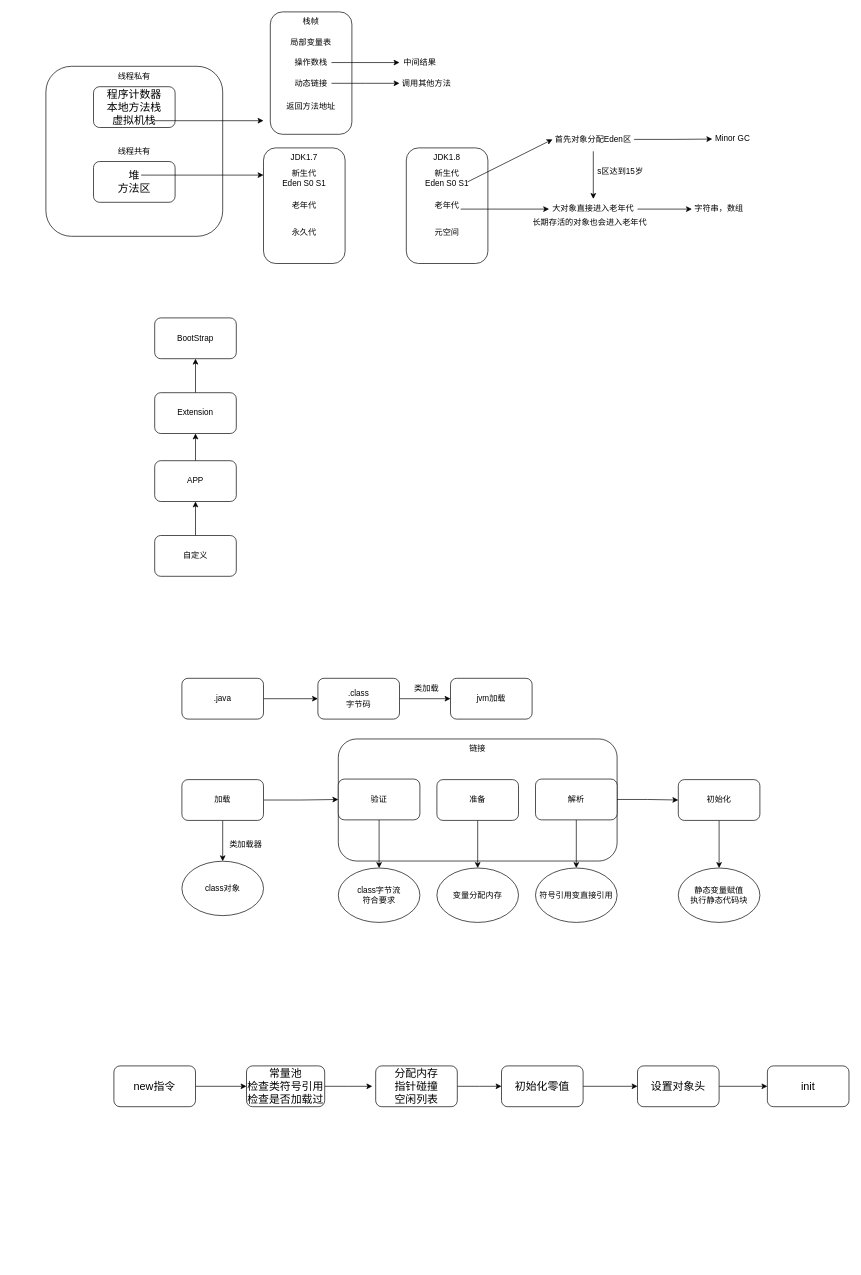
Before: JVM.drawio in 1155200424/diagrams, a draw.io diagram. Source tidied: cells renumbered, new cells numbered last; positions are measured from the earlier drawing's top-left corner, leaving out a move shared by most shapes. Both pictures are drawn from the tidied source at 68%, with x=0, y=0 at pixel (46, 12).
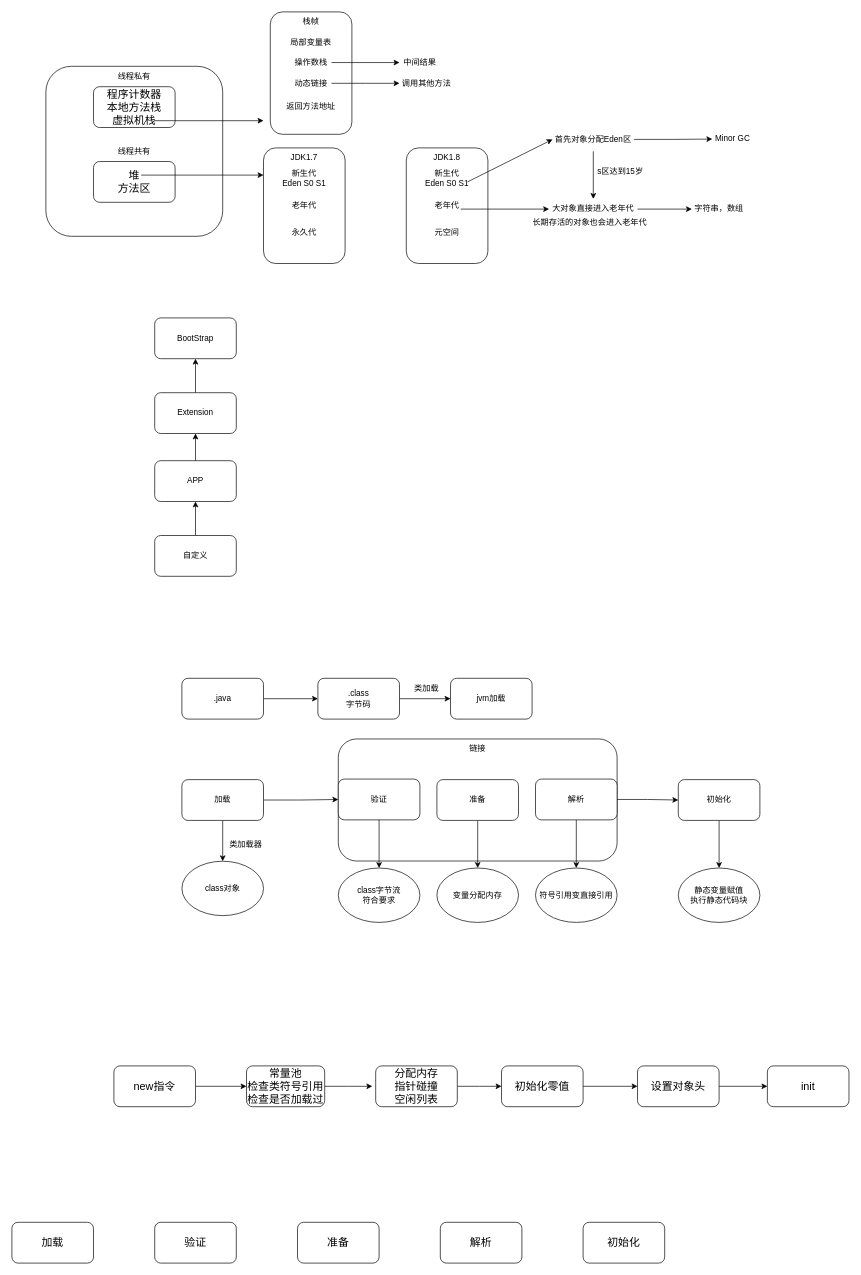
After the change.

Diff of the diagram source:
```diff
@@
+    <mxCell id="84" value="加载" style="rounded=1;whiteSpace=wrap;html=1;fontSize=16;" parent="1" vertex="1">
+      <mxGeometry x="-50" y="1780" width="120" height="60" as="geometry" />
+    </mxCell>
+    <mxCell id="85" value="验证" style="rounded=1;whiteSpace=wrap;html=1;fontSize=16;" parent="1" vertex="1">
+      <mxGeometry x="160" y="1780" width="120" height="60" as="geometry" />
+    </mxCell>
+    <mxCell id="86" value="准备" style="rounded=1;whiteSpace=wrap;html=1;fontSize=16;" parent="1" vertex="1">
+      <mxGeometry x="370" y="1780" width="120" height="60" as="geometry" />
+    </mxCell>
+    <mxCell id="87" value="解析" style="rounded=1;whiteSpace=wrap;html=1;fontSize=16;" parent="1" vertex="1">
+      <mxGeometry x="580" y="1780" width="120" height="60" as="geometry" />
+    </mxCell>
+    <mxCell id="88" value="初始化" style="rounded=1;whiteSpace=wrap;html=1;fontSize=16;" parent="1" vertex="1">
+      <mxGeometry x="790" y="1780" width="120" height="60" as="geometry" />
+    </mxCell>
```
